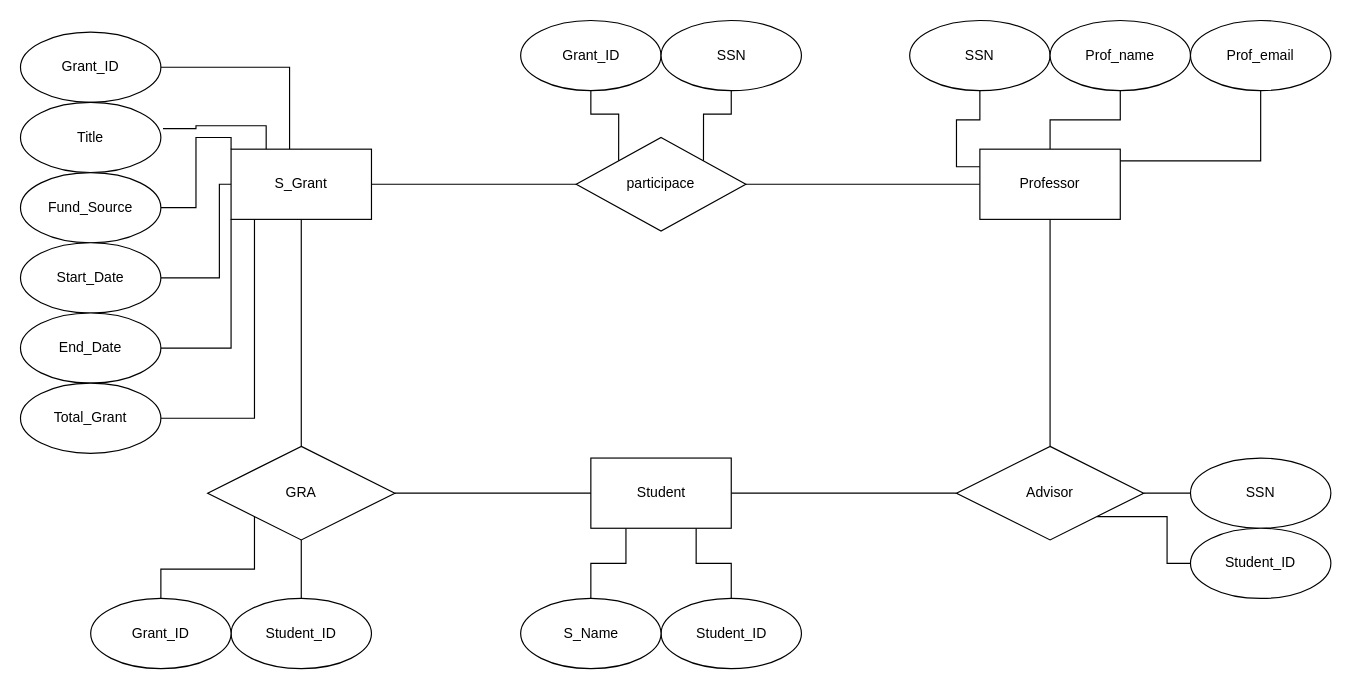
Earlier version of the draw.io diagram page "Page-4" (5 of 5) of Untitled Diagram.drawio (yumilor/yumilor). Source tidied: cells renumbered, new cells numbered last; positions are measured from the earlier drawing's top-left corner, leaving out a move shared by most shapes. Both pictures are drawn from the tidied source at 117%, with x=0, y=0 at pixel (20, 20).
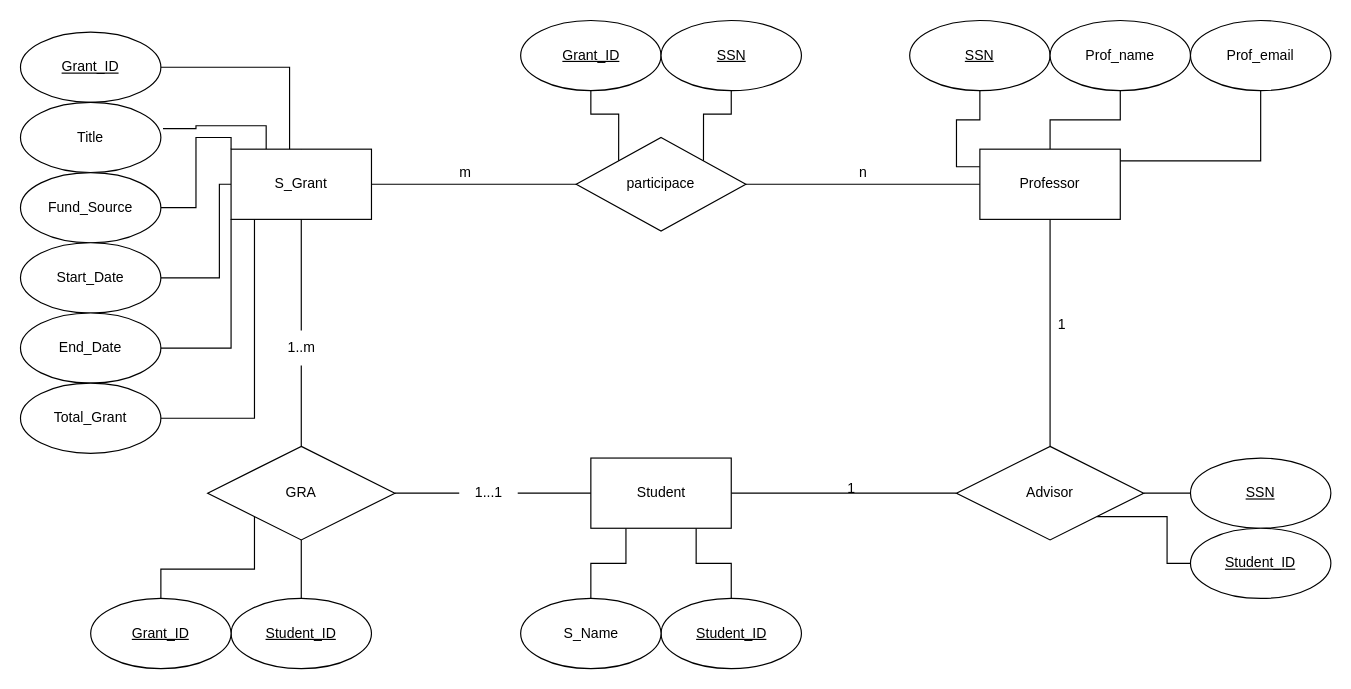
Above is the later version.

The change refers to these unchanged cells:
```xml
<mxCell id="10" value="S_Grant" style="rounded=0;whiteSpace=wrap;html=1;" parent="1" vertex="1">
  <mxGeometry x="180" y="110" width="120" height="60" as="geometry" />
</mxCell>
<mxCell id="39" value="Student" style="whiteSpace=wrap;html=1;rounded=0;" parent="1" vertex="1">
  <mxGeometry x="487.5" y="374" width="120" height="60" as="geometry" />
</mxCell>
<mxCell id="45" value="GRA" style="rhombus;whiteSpace=wrap;html=1;rounded=0;" parent="1" vertex="1">
  <mxGeometry x="160" y="364" width="160" height="80" as="geometry" />
</mxCell>
```

What changed in the source:
```diff
@@
-    <mxCell id="9" style="edgeStyle=orthogonalEdgeStyle;rounded=0;jettySize=auto;html=1;endArrow=none;endFill=0;" parent="1" edge="1" source="10" target="45">
+    <mxCell id="9" style="edgeStyle=orthogonalEdgeStyle;rounded=0;jettySize=auto;html=1;endArrow=none;endFill=0;startArrow=none;" parent="1" edge="1" source="50" target="45">
       <mxGeometry relative="1" as="geometry" />
     </mxCell>
@@
-    <mxCell id="11" value="Grant_ID" style="ellipse;whiteSpace=wrap;html=1;rounded=0;" parent="1" vertex="1">
+    <mxCell id="11" value="Grant_ID" style="ellipse;whiteSpace=wrap;html=1;rounded=0;fontStyle=4;" parent="1" vertex="1">
       <mxGeometry y="10" width="120" height="60" as="geometry" />
     </mxCell>
@@
-    <mxCell id="21" value="Grant_ID" style="ellipse;whiteSpace=wrap;html=1;rounded=0;" parent="1" vertex="1">
+    <mxCell id="21" value="Grant_ID" style="ellipse;whiteSpace=wrap;html=1;rounded=0;fontStyle=4;" parent="1" vertex="1">
       <mxGeometry x="427.5" width="120" height="60" as="geometry" />
     </mxCell>
-    <mxCell id="22" value="SSN" style="ellipse;whiteSpace=wrap;html=1;rounded=0;" parent="1" vertex="1">
+    <mxCell id="22" value="SSN" style="ellipse;whiteSpace=wrap;html=1;rounded=0;fontStyle=4;" parent="1" vertex="1">
       <mxGeometry x="547.5" width="120" height="60" as="geometry" />
     </mxCell>
@@
-    <mxCell id="28" value="SSN" style="ellipse;whiteSpace=wrap;html=1;rounded=0;" parent="1" vertex="1">
+    <mxCell id="28" value="SSN" style="ellipse;whiteSpace=wrap;html=1;rounded=0;fontStyle=4;" parent="1" vertex="1">
       <mxGeometry x="760" width="120" height="60" as="geometry" />
     </mxCell>
@@
-    <mxCell id="35" value="SSN" style="ellipse;whiteSpace=wrap;html=1;rounded=0;" parent="1" vertex="1">
+    <mxCell id="35" value="SSN" style="ellipse;whiteSpace=wrap;html=1;rounded=0;fontStyle=4;" parent="1" vertex="1">
       <mxGeometry x="1000" y="374" width="120" height="60" as="geometry" />
     </mxCell>
-    <mxCell id="36" value="Student_ID" style="ellipse;whiteSpace=wrap;html=1;rounded=0;" parent="1" vertex="1">
+    <mxCell id="36" value="Student_ID" style="ellipse;whiteSpace=wrap;html=1;rounded=0;fontStyle=4;" parent="1" vertex="1">
       <mxGeometry x="1000" y="434" width="120" height="60" as="geometry" />
     </mxCell>
@@
-    <mxCell id="40" value="Student_ID" style="ellipse;whiteSpace=wrap;html=1;rounded=0;" parent="1" vertex="1">
+    <mxCell id="40" value="Student_ID" style="ellipse;whiteSpace=wrap;html=1;rounded=0;fontStyle=4;" parent="1" vertex="1">
       <mxGeometry x="547.5" y="494" width="120" height="60" as="geometry" />
     </mxCell>
@@
-    <mxCell id="42" style="edgeStyle=orthogonalEdgeStyle;rounded=0;jettySize=auto;html=1;entryX=0;entryY=0.5;entryDx=0;entryDy=0;endArrow=none;endFill=0;" parent="1" edge="1" source="45" target="39">
+    <mxCell id="42" style="edgeStyle=orthogonalEdgeStyle;rounded=0;jettySize=auto;html=1;entryX=0;entryY=0.5;entryDx=0;entryDy=0;endArrow=none;endFill=0;startArrow=none;" parent="1" edge="1" source="52" target="39">
       <mxGeometry relative="1" as="geometry" />
     </mxCell>
@@
-    <mxCell id="46" value="Student_ID" style="ellipse;whiteSpace=wrap;html=1;rounded=0;" parent="1" vertex="1">
+    <mxCell id="46" value="Student_ID" style="ellipse;whiteSpace=wrap;html=1;rounded=0;fontStyle=4;" parent="1" vertex="1">
       <mxGeometry x="180" y="494" width="120" height="60" as="geometry" />
     </mxCell>
-    <mxCell id="47" value="Grant_ID" style="ellipse;whiteSpace=wrap;html=1;rounded=0;" parent="1" vertex="1">
+    <mxCell id="47" value="Grant_ID" style="ellipse;whiteSpace=wrap;html=1;rounded=0;fontStyle=4;" parent="1" vertex="1">
       <mxGeometry x="60" y="494" width="120" height="60" as="geometry" />
     </mxCell>
+    <mxCell id="48" value="m" style="text;html=1;align=center;verticalAlign=middle;strokeColor=none;fillColor=none;" parent="1" vertex="1">
+      <mxGeometry x="365" y="115" width="30" height="30" as="geometry" />
+    </mxCell>
+    <mxCell id="49" value="n" style="text;html=1;align=center;verticalAlign=middle;strokeColor=none;fillColor=none;" parent="1" vertex="1">
+      <mxGeometry x="705" y="115" width="30" height="30" as="geometry" />
+    </mxCell>
+    <mxCell id="50" value="1..m" style="text;html=1;align=center;verticalAlign=middle;points=[];strokeColor=none;fillColor=none;" parent="1" vertex="1">
+      <mxGeometry x="215" y="265" width="50" height="30" as="geometry" />
+    </mxCell>
+    <mxCell id="51" style="edgeStyle=orthogonalEdgeStyle;rounded=0;jettySize=auto;html=1;endArrow=none;endFill=0;" parent="1" edge="1" source="10" target="50">
+      <mxGeometry relative="1" as="geometry" />
+    </mxCell>
+    <mxCell id="52" value="1...1" style="text;html=1;align=center;verticalAlign=middle;points=[];strokeColor=none;fillColor=none;" parent="1" vertex="1">
+      <mxGeometry x="375" y="389" width="50" height="30" as="geometry" />
+    </mxCell>
+    <mxCell id="53" style="edgeStyle=orthogonalEdgeStyle;rounded=0;jettySize=auto;html=1;entryX=0;entryY=0.5;entryDx=0;entryDy=0;endArrow=none;endFill=0;" parent="1" edge="1" source="45" target="52">
+      <mxGeometry relative="1" as="geometry" />
+    </mxCell>
+    <mxCell id="54" value="1" style="text;html=1;align=center;verticalAlign=middle;strokeColor=none;fillColor=none;" parent="1" vertex="1">
+      <mxGeometry x="695" y="385" width="30" height="30" as="geometry" />
+    </mxCell>
+    <mxCell id="55" value="1" style="text;html=1;align=center;verticalAlign=middle;strokeColor=none;fillColor=none;" parent="1" vertex="1">
+      <mxGeometry x="875" y="245" width="30" height="30" as="geometry" />
+    </mxCell>
```
